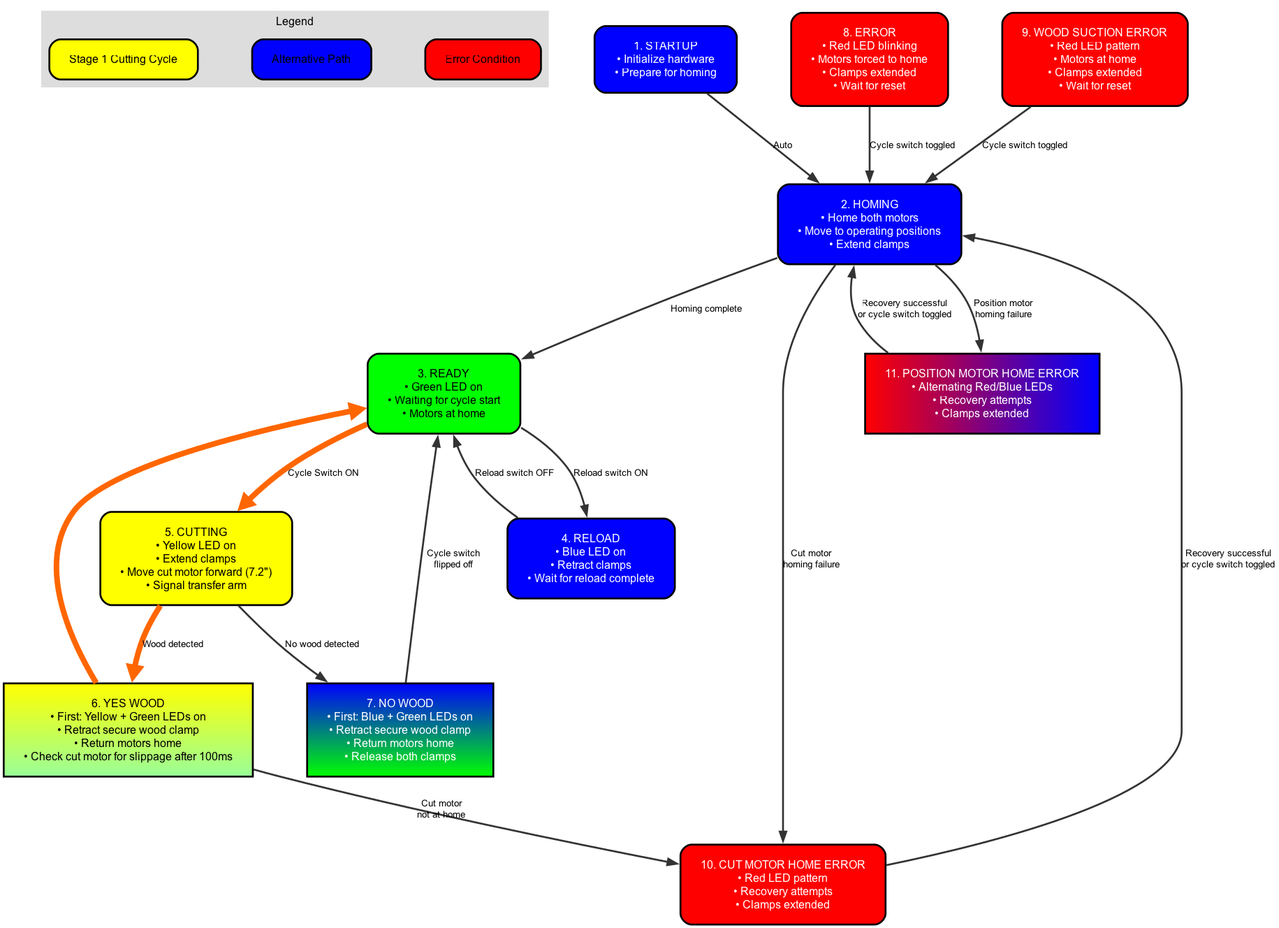
Above: flowcharts/png_files/cutting_machine_flowchart.png in akivaweil/Stage-1-Mar25 (Graphviz), before the change. Its source is kept beside it as flowcharts/dot_files/cutting_machine_flowchart.dot.
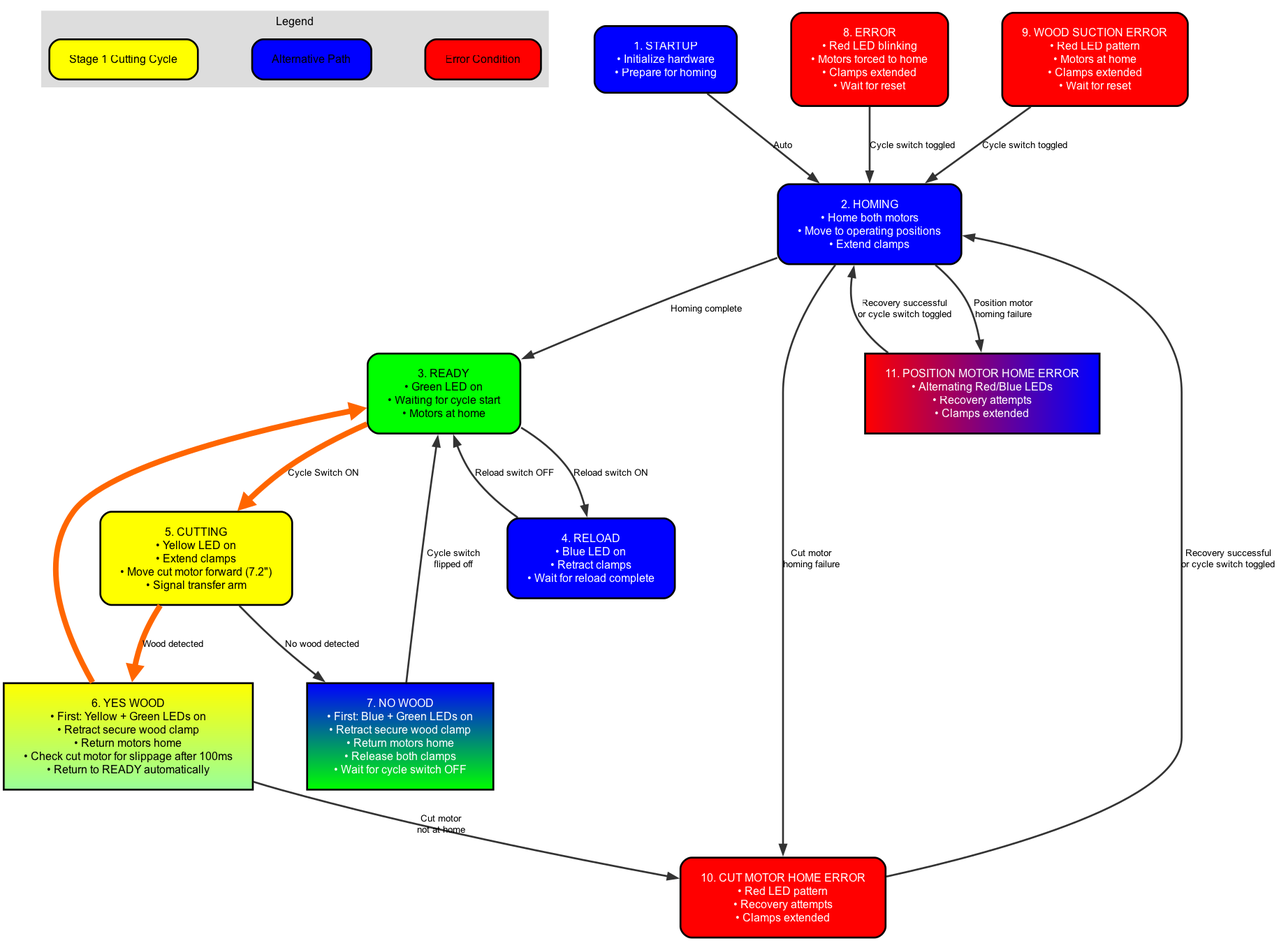
The same diagram one commit later.

Commit message:
Updated YESWOOD state to allow continuous operation without cycle switch toggle, added contrast comments to NOWOOD state

What changed in the source:
```diff
@@ -19,8 +19,8 @@
   READY [label="3. READY\n• Green LED on\n• Waiting for cycle start\n• Motors at home", fillcolor="#00FF00"];
   RELOAD [label="4. RELOAD\n• Blue LED on\n• Retract clamps\n• Wait for reload complete", fillcolor="#0000FF", fontcolor="white"];
   CUTTING [label="5. CUTTING\n• Yellow LED on\n• Extend clamps\n• Move cut motor forward (7.2\")\n• Signal transfer arm", fillcolor="#FFFF00"];
-  YESWOOD [label="6. YES WOOD\n• First: Yellow + Green LEDs on\n• Retract secure wood clamp\n• Return motors home\n• Check cut motor for slippage after 100ms", style="filled", fillcolor="#FFFF00:#99FF99", gradientangle=270];
-  NOWOOD [label="7. NO WOOD\n• First: Blue + Green LEDs on\n• Retract secure wood clamp\n• Return motors home\n• Release both clamps", style="filled", fillcolor="#0000FF:#00FF00", fontcolor="white", gradientangle=270];
+  YESWOOD [label="6. YES WOOD\n• First: Yellow + Green LEDs on\n• Retract secure wood clamp\n• Return motors home\n• Check cut motor for slippage after 100ms\n• Return to READY automatically", style="filled", fillcolor="#FFFF00:#99FF99", gradientangle=270];
+  NOWOOD [label="7. NO WOOD\n• First: Blue + Green LEDs on\n• Retract secure wood clamp\n• Return motors home\n• Release both clamps\n• Wait for cycle switch OFF", style="filled", fillcolor="#0000FF:#00FF00", fontcolor="white", gradientangle=270];
   ERROR [label="8. ERROR\n• Red LED blinking\n• Motors forced to home\n• Clamps extended\n• Wait for reset", fillcolor="#FF0000", fontcolor="white"];
   WOOD_SUCTION_ERROR [label="9. WOOD SUCTION ERROR\n• Red LED pattern\n• Motors at home\n• Clamps extended\n• Wait for reset", fillcolor="#FF0000", fontcolor="white"];
   CUT_MOTOR_HOME_ERROR [label="10. CUT MOTOR HOME ERROR\n• Red LED pattern\n• Recovery attempts\n• Clamps extended", fillcolor="#FF0000", fontcolor="white"];
```
